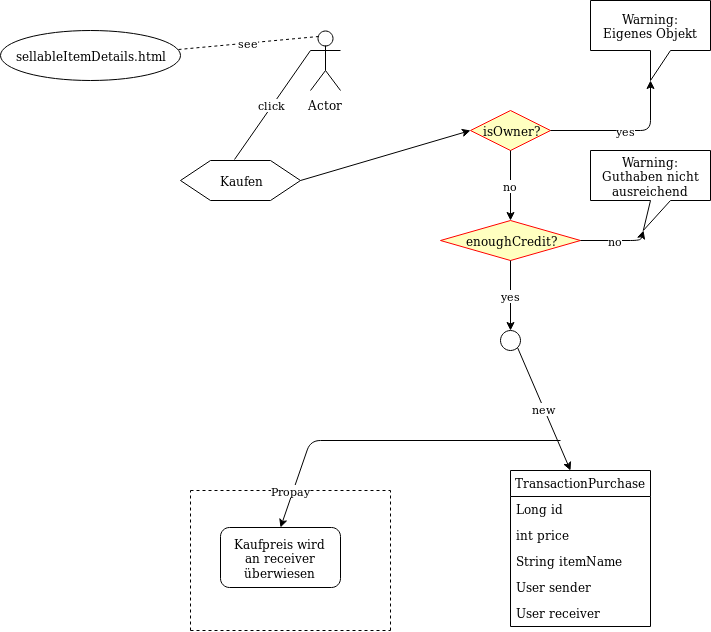
Above: Diagram/purchaseItem.png in Jukre111/Propra-im-Team (draw.io), before the change. Source tidied: cells renumbered, new cells last; positions are measured from the earlier drawing's top-left corner, leaving out a move shared by most shapes.
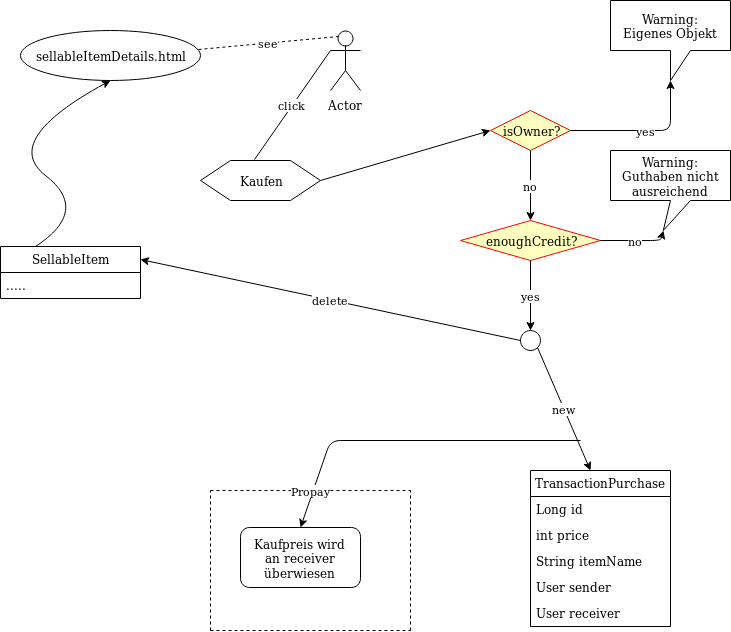
The same file after the commit.

Diff of the diagram source:
```diff
@@ -113,5 +113,22 @@
         <mxPoint x="390" y="490" as="targetPoint" />
       </mxGeometry>
     </mxCell>
+    <mxCell id="30" value="SellableItem" style="swimlane;fontStyle=0;horizontal=1;startSize=26;fillColor=none;" parent="1" vertex="1">
+      <mxGeometry x="-20" y="246" width="140" height="52" as="geometry" />
+    </mxCell>
+    <mxCell id="31" value="....." style="text;strokeColor=none;fillColor=none;align=left;verticalAlign=top;spacingLeft=4;spacingRight=4;overflow=hidden;" parent="30" vertex="1">
+      <mxGeometry y="26" width="140" height="26" as="geometry" />
+    </mxCell>
+    <mxCell id="32" value="delete" style="endArrow=classic;html=1;entryX=1;entryY=0.25;entryDx=0;entryDy=0;exitX=0;exitY=0.5;exitDx=0;exitDy=0;" parent="1" edge="1" source="16" target="30">
+      <mxGeometry relative="1" as="geometry" />
+    </mxCell>
+    <mxCell id="33" style="curved=1;endArrow=classic;html=1;exitX=0.25;exitY=0;exitDx=0;exitDy=0;entryX=0.5;entryY=1;entryDx=0;entryDy=0;" parent="1" edge="1" source="30" target="3">
+      <mxGeometry relative="1" as="geometry">
+        <Array as="points">
+          <mxPoint x="70" y="210" />
+          <mxPoint x="-20" y="140" />
+        </Array>
+      </mxGeometry>
+    </mxCell>
   </root>
 </mxGraphModel>
```
